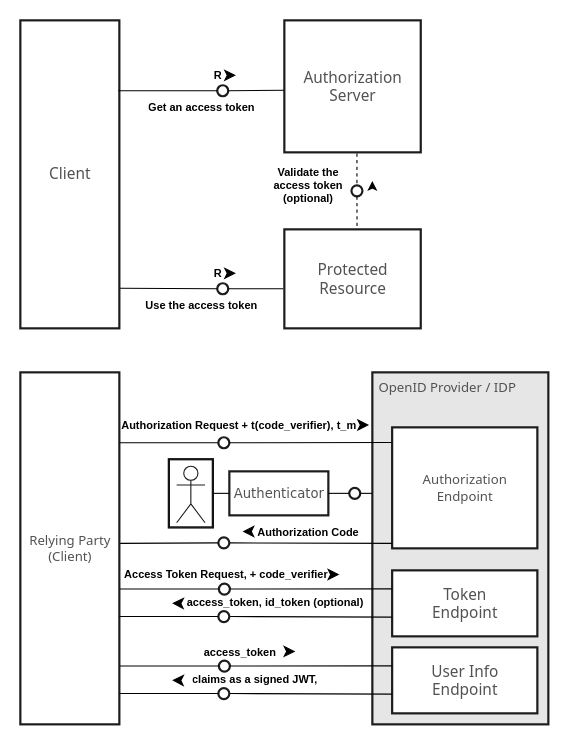
Earlier version of the draw.io diagram OIDC-PKCE.drawio (spilikin/poc-healthid). Source tidied: cells renumbered, new cells numbered last; positions are measured from the earlier drawing's top-left corner, leaving out a move shared by most shapes. Both pictures are drawn from the tidied source at 110%, with x=0, y=0 at pixel (20, 20).
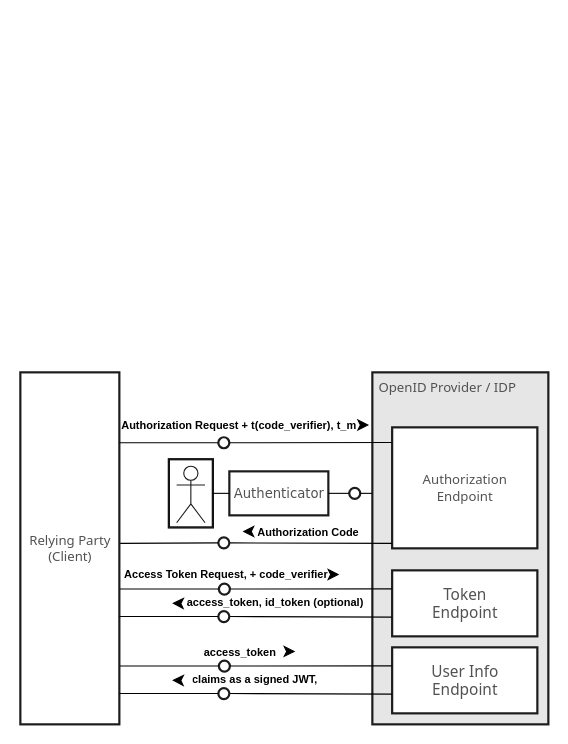
The same page after the edit.

What changed in the source:
```diff
@@
-    <mxCell id="2" value="Client" style="html=1;strokeColor=#1C1C1C;fillColor=#ffffff;fontFamily=Tahoma;fontSize=14;fontColor=#525252;align=center;strokeWidth=2;" parent="1" vertex="1">
-      <mxGeometry width="90" height="280" as="geometry" />
-    </mxCell>
-    <mxCell id="3" value="Authorization&lt;br&gt;Server" style="html=1;strokeColor=#1C1C1C;fillColor=#ffffff;fontFamily=Tahoma;fontSize=14;fontColor=#525252;align=center;strokeWidth=2;" parent="1" vertex="1">
-      <mxGeometry x="240" width="124" height="120" as="geometry" />
-    </mxCell>
-    <mxCell id="4" value="Protected&lt;br&gt;Resource" style="html=1;strokeColor=#1C1C1C;fillColor=#ffffff;fontFamily=Tahoma;fontSize=14;fontColor=#525252;align=center;strokeWidth=2;" parent="1" vertex="1">
-      <mxGeometry x="240" y="190" width="124" height="90" as="geometry" />
-    </mxCell>
-    <mxCell id="5" style="group;" parent="1" vertex="1">
-      <mxGeometry x="160" y="40" width="40" height="29" as="geometry" />
-    </mxCell>
-    <mxCell id="6" value="R" style="text;html=1;strokeColor=none;fillColor=none;align=center;verticalAlign=middle;whiteSpace=wrap;overflow=hidden;fontFamily=Helvetica;fontSize=10;fontColor=#000000;fontStyle=1;" parent="5" vertex="1">
-      <mxGeometry width="40" height="20" as="geometry" />
-    </mxCell>
-    <mxCell id="7" style="ellipse;whiteSpace=wrap;html=1;strokeColor=#1C1C1C;fillColor=none;fontFamily=Tahoma;fontSize=14;fontColor=#525252;align=center;strokeWidth=2;" parent="5" vertex="1">
-      <mxGeometry x="19" y="19" width="10" height="10" as="geometry" />
-    </mxCell>
-    <mxCell id="8" style="edgeStyle=none;rounded=0;html=1;startArrow=none;startFill=0;endArrow=classic;endFill=1;jettySize=auto;orthogonalLoop=1;strokeColor=#000000;fontFamily=Helvetica;fontSize=10;fontColor=#000000;targetPerimeterSpacing=0;endSize=8;sourcePerimeterSpacing=0;startSize=0;" parent="5" edge="1">
-      <mxGeometry relative="1" as="geometry">
-        <mxPoint x="28" y="10" as="sourcePoint" />
-        <mxPoint x="36" y="10" as="targetPoint" />
-      </mxGeometry>
-    </mxCell>
-    <mxCell id="9" style="endArrow=none;html=1;entryX=0;entryY=0.5;entryDx=0;entryDy=0;" parent="1" edge="1" target="7">
-      <mxGeometry relative="1" as="geometry">
-        <mxPoint x="89" y="64" as="sourcePoint" />
-      </mxGeometry>
-    </mxCell>
-    <mxCell id="10" style="endArrow=none;html=1;exitX=1;exitY=0.5;exitDx=0;exitDy=0;entryX=-0.002;entryY=0.53;entryDx=0;entryDy=0;entryPerimeter=0;" parent="1" edge="1" source="7" target="3">
-      <mxGeometry relative="1" as="geometry" />
-    </mxCell>
-    <mxCell id="11" style="group;" parent="1" vertex="1">
-      <mxGeometry x="160" y="220" width="40" height="29" as="geometry" />
-    </mxCell>
-    <mxCell id="12" value="R" style="text;html=1;strokeColor=none;fillColor=none;align=center;verticalAlign=middle;whiteSpace=wrap;overflow=hidden;fontFamily=Helvetica;fontSize=10;fontColor=#000000;fontStyle=1;" parent="11" vertex="1">
-      <mxGeometry width="40" height="20" as="geometry" />
-    </mxCell>
-    <mxCell id="13" style="ellipse;whiteSpace=wrap;html=1;strokeColor=#1C1C1C;fillColor=none;fontFamily=Tahoma;fontSize=14;fontColor=#525252;align=center;strokeWidth=2;" parent="11" vertex="1">
-      <mxGeometry x="19" y="19" width="10" height="10" as="geometry" />
-    </mxCell>
-    <mxCell id="14" style="edgeStyle=none;rounded=0;html=1;startArrow=none;startFill=0;endArrow=classic;endFill=1;jettySize=auto;orthogonalLoop=1;strokeColor=#000000;fontFamily=Helvetica;fontSize=10;fontColor=#000000;targetPerimeterSpacing=0;endSize=8;sourcePerimeterSpacing=0;startSize=0;" parent="11" edge="1">
-      <mxGeometry relative="1" as="geometry">
-        <mxPoint x="28" y="10" as="sourcePoint" />
-        <mxPoint x="36" y="10" as="targetPoint" />
-      </mxGeometry>
-    </mxCell>
-    <mxCell id="15" style="endArrow=none;html=1;entryX=0;entryY=0.5;entryDx=0;entryDy=0;exitX=1.007;exitY=0.87;exitDx=0;exitDy=0;exitPerimeter=0;" parent="1" edge="1" source="2" target="13">
-      <mxGeometry relative="1" as="geometry" />
-    </mxCell>
-    <mxCell id="16" style="endArrow=none;html=1;exitX=1;exitY=0.5;exitDx=0;exitDy=0;" parent="1" edge="1" source="13">
-      <mxGeometry relative="1" as="geometry">
-        <mxPoint x="239" y="244" as="targetPoint" />
-      </mxGeometry>
-    </mxCell>
@@
-    <mxCell id="18" value="Get an access token" style="text;html=1;strokeColor=none;fillColor=none;align=center;verticalAlign=middle;whiteSpace=wrap;overflow=hidden;fontFamily=Helvetica;fontSize=10;fontColor=#000000;fontStyle=1;" parent="1" vertex="1">
-      <mxGeometry x="110" y="69" width="110" height="20" as="geometry" />
-    </mxCell>
-    <mxCell id="19" value="Use the access token" style="text;html=1;strokeColor=none;fillColor=none;align=center;verticalAlign=middle;whiteSpace=wrap;overflow=hidden;fontFamily=Helvetica;fontSize=10;fontColor=#000000;fontStyle=1;" parent="1" vertex="1">
-      <mxGeometry x="110" y="249" width="110" height="20" as="geometry" />
-    </mxCell>
-    <mxCell id="20" style="group;" parent="1" vertex="1">
-      <mxGeometry x="282" y="150" width="40" height="20" as="geometry" />
-    </mxCell>
-    <mxCell id="21" style="group;rotation=-180;" parent="1" vertex="1">
-      <mxGeometry x="300" y="150" width="40" height="20" as="geometry" />
-    </mxCell>
-    <mxCell id="22" style="group;rotation=-180;" parent="21" vertex="1">
-      <mxGeometry width="40" height="20" as="geometry" />
-    </mxCell>
-    <mxCell id="23" style="group;rotation=-180;" parent="22" vertex="1">
-      <mxGeometry width="40" height="20" as="geometry" />
-    </mxCell>
-    <mxCell id="24" style="endArrow=classic;html=1;strokeColor=#000000;fontFamily=Helvetica;fontSize=14;fontColor=#525252;" parent="23" edge="1">
-      <mxGeometry relative="1" as="geometry">
-        <mxPoint x="20" y="1" as="sourcePoint" />
-        <mxPoint x="20" y="-4" as="targetPoint" />
-      </mxGeometry>
-    </mxCell>
-    <mxCell id="25" style="ellipse;whiteSpace=wrap;html=1;strokeColor=#1C1C1C;fillColor=none;fontFamily=Tahoma;fontSize=14;fontColor=#525252;align=center;strokeWidth=2;rotation=-180;" parent="23" vertex="1">
-      <mxGeometry x="1" width="10" height="10" as="geometry" />
-    </mxCell>
-    <mxCell id="26" style="endArrow=none;html=1;entryX=0.5;entryY=1;entryDx=0;entryDy=0;jumpStyle=sharp;sketch=0;dashed=1;" parent="1" edge="1" target="25">
-      <mxGeometry relative="1" as="geometry">
-        <mxPoint x="306" y="121" as="sourcePoint" />
-      </mxGeometry>
-    </mxCell>
-    <mxCell id="27" style="endArrow=none;html=1;entryX=0.533;entryY=0.003;entryDx=0;entryDy=0;exitX=0.5;exitY=0;exitDx=0;exitDy=0;entryPerimeter=0;dashed=1;" parent="1" edge="1" source="25" target="4">
-      <mxGeometry relative="1" as="geometry" />
-    </mxCell>
-    <mxCell id="28" value="&lt;div&gt;Validate the access token (optional)&lt;/div&gt;" style="text;html=1;strokeColor=none;fillColor=none;align=center;verticalAlign=middle;whiteSpace=wrap;overflow=hidden;fontFamily=Helvetica;fontSize=10;fontColor=#000000;fontStyle=1;" parent="1" vertex="1">
-      <mxGeometry x="220" y="130" width="84" height="40" as="geometry" />
-    </mxCell>
```
